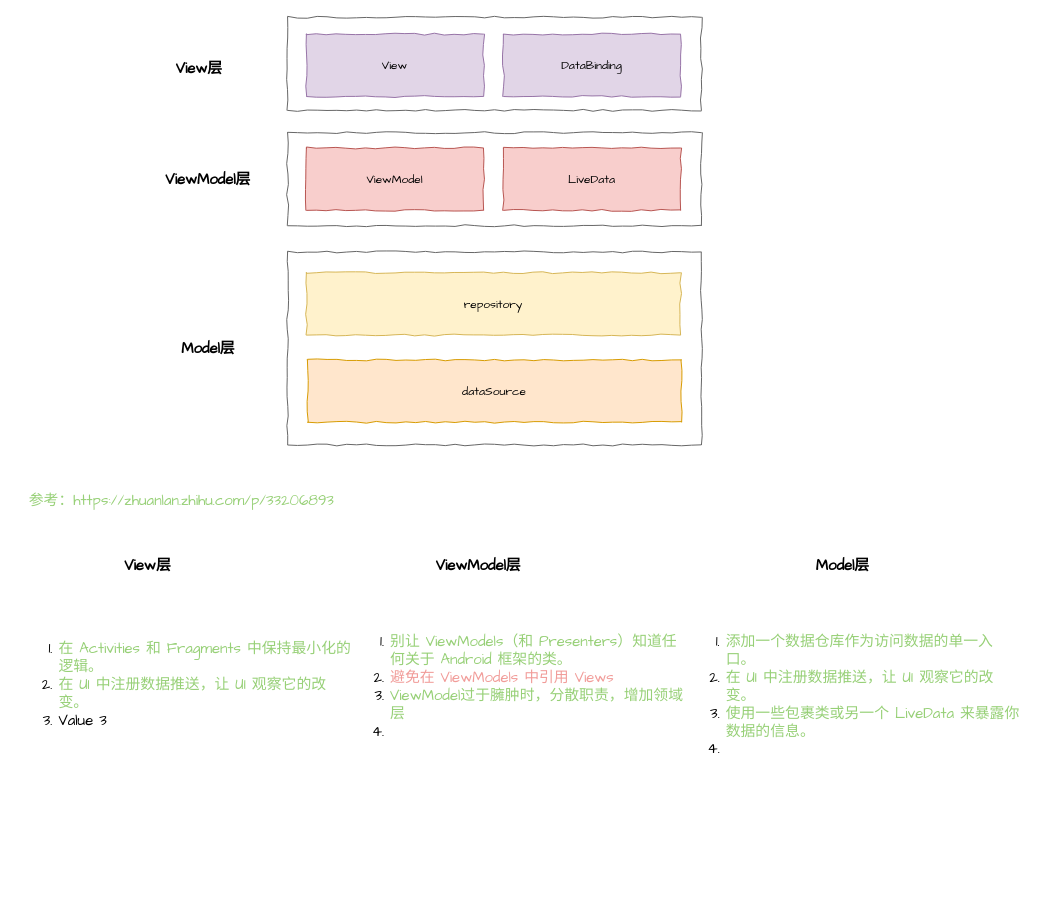
TryLoveCatch/charts keeps this draw.io diagram as app架构.drawio. Above is the earlier version. Source tidied: cells renumbered, new cells numbered last; positions are measured from the earlier drawing's top-left corner, leaving out a move shared by most shapes. Both pictures are drawn from the tidied source at 99%, with x=0, y=0 at pixel (17, 17).
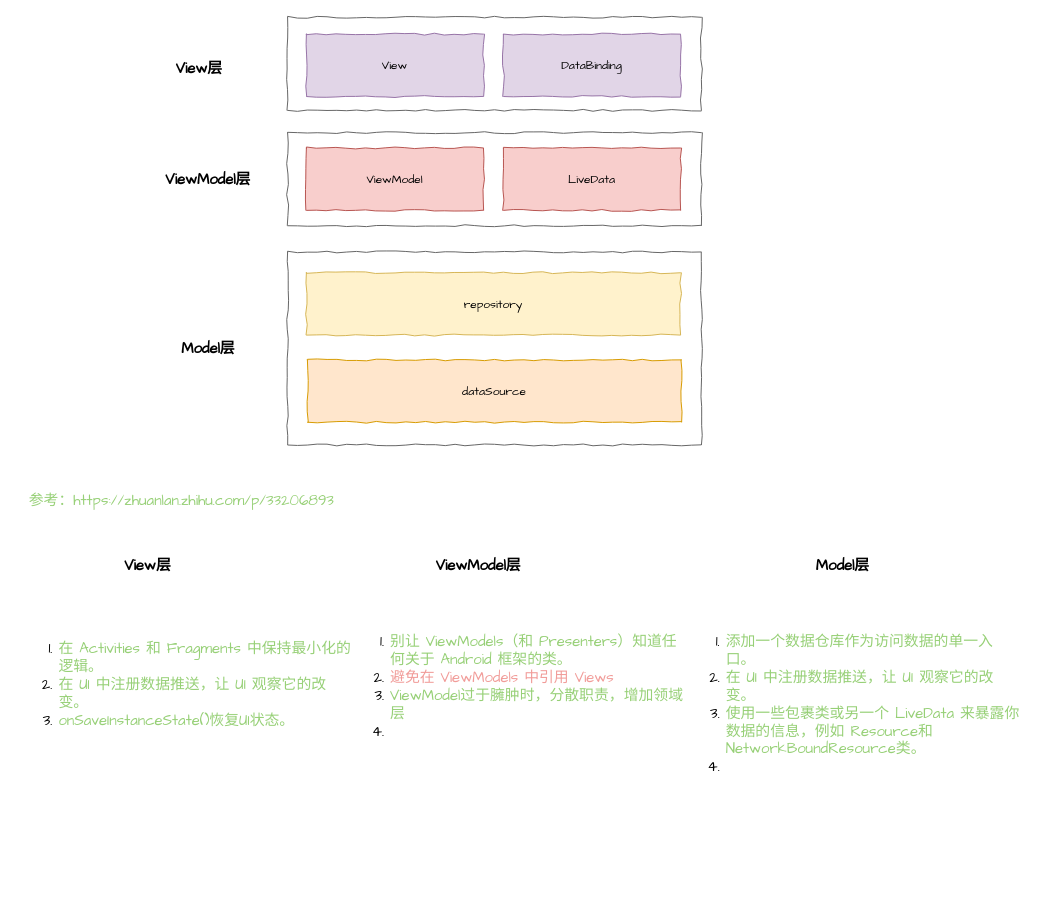
After the change.

Change to the diagram source:
```diff
@@
-    <mxCell id="18" value="&lt;ol&gt;&lt;li&gt;&lt;font color=&quot;#97d077&quot;&gt;在 Activities 和 Fragments 中保持最小化的逻辑。&lt;/font&gt;&lt;/li&gt;&lt;li&gt;&lt;font color=&quot;#97d077&quot;&gt;在 UI 中注册数据推送，让 UI 观察它的改变。&lt;/font&gt;&lt;/li&gt;&lt;li&gt;Value 3&lt;/li&gt;&lt;/ol&gt;" style="text;strokeColor=none;fillColor=none;html=1;whiteSpace=wrap;verticalAlign=top;overflow=hidden;comic=1;sketch=0;fontFamily=Comic Sans MS;fontSize=15;" parent="1" vertex="1">
+    <mxCell id="18" value="&lt;ol&gt;&lt;li&gt;&lt;font color=&quot;#97d077&quot;&gt;在 Activities 和 Fragments 中保持最小化的逻辑。&lt;/font&gt;&lt;/li&gt;&lt;li&gt;&lt;font color=&quot;#97d077&quot;&gt;在 UI 中注册数据推送，让 UI 观察它的改变。&lt;/font&gt;&lt;/li&gt;&lt;li&gt;&lt;font color=&quot;#97d077&quot;&gt;onSaveInstanceState()恢复UI状态。&lt;/font&gt;&lt;/li&gt;&lt;/ol&gt;" style="text;strokeColor=none;fillColor=none;html=1;whiteSpace=wrap;verticalAlign=top;overflow=hidden;comic=1;sketch=0;fontFamily=Comic Sans MS;fontSize=15;" parent="1" vertex="1">
       <mxGeometry y="608" width="341" height="263" as="geometry" />
     </mxCell>
-    <mxCell id="19" value="&lt;ol&gt;&lt;li&gt;&lt;font color=&quot;#97d077&quot;&gt;添加一个数据仓库作为访问数据的单一入口。&lt;/font&gt;&lt;/li&gt;&lt;li&gt;&lt;font color=&quot;#97d077&quot;&gt;在 UI 中注册数据推送，让 UI 观察它的改变。&lt;/font&gt;&lt;/li&gt;&lt;li&gt;&lt;font color=&quot;#97d077&quot;&gt;使用一些包裹类或另一个 LiveData 来暴露你数据的信息。&lt;/font&gt;&lt;/li&gt;&lt;li&gt;&lt;br&gt;&lt;/li&gt;&lt;/ol&gt;" style="text;strokeColor=none;fillColor=none;html=1;whiteSpace=wrap;verticalAlign=top;overflow=hidden;comic=1;sketch=0;fontFamily=Comic Sans MS;fontSize=15;" parent="1" vertex="1">
+    <mxCell id="19" value="&lt;ol&gt;&lt;li&gt;&lt;font color=&quot;#97d077&quot;&gt;添加一个数据仓库作为访问数据的单一入口。&lt;/font&gt;&lt;/li&gt;&lt;li&gt;&lt;font color=&quot;#97d077&quot;&gt;在 UI 中注册数据推送，让 UI 观察它的改变。&lt;/font&gt;&lt;/li&gt;&lt;li&gt;&lt;font color=&quot;#97d077&quot;&gt;使用一些包裹类或另一个 LiveData 来暴露你数据的信息，例如&amp;nbsp;Resource和NetworkBoundResource类。&lt;/font&gt;&lt;/li&gt;&lt;li&gt;&lt;br&gt;&lt;/li&gt;&lt;/ol&gt;" style="text;strokeColor=none;fillColor=none;html=1;whiteSpace=wrap;verticalAlign=top;overflow=hidden;comic=1;sketch=0;fontFamily=Comic Sans MS;fontSize=15;" parent="1" vertex="1">
       <mxGeometry x="674" y="601" width="341" height="263" as="geometry" />
     </mxCell>
```
